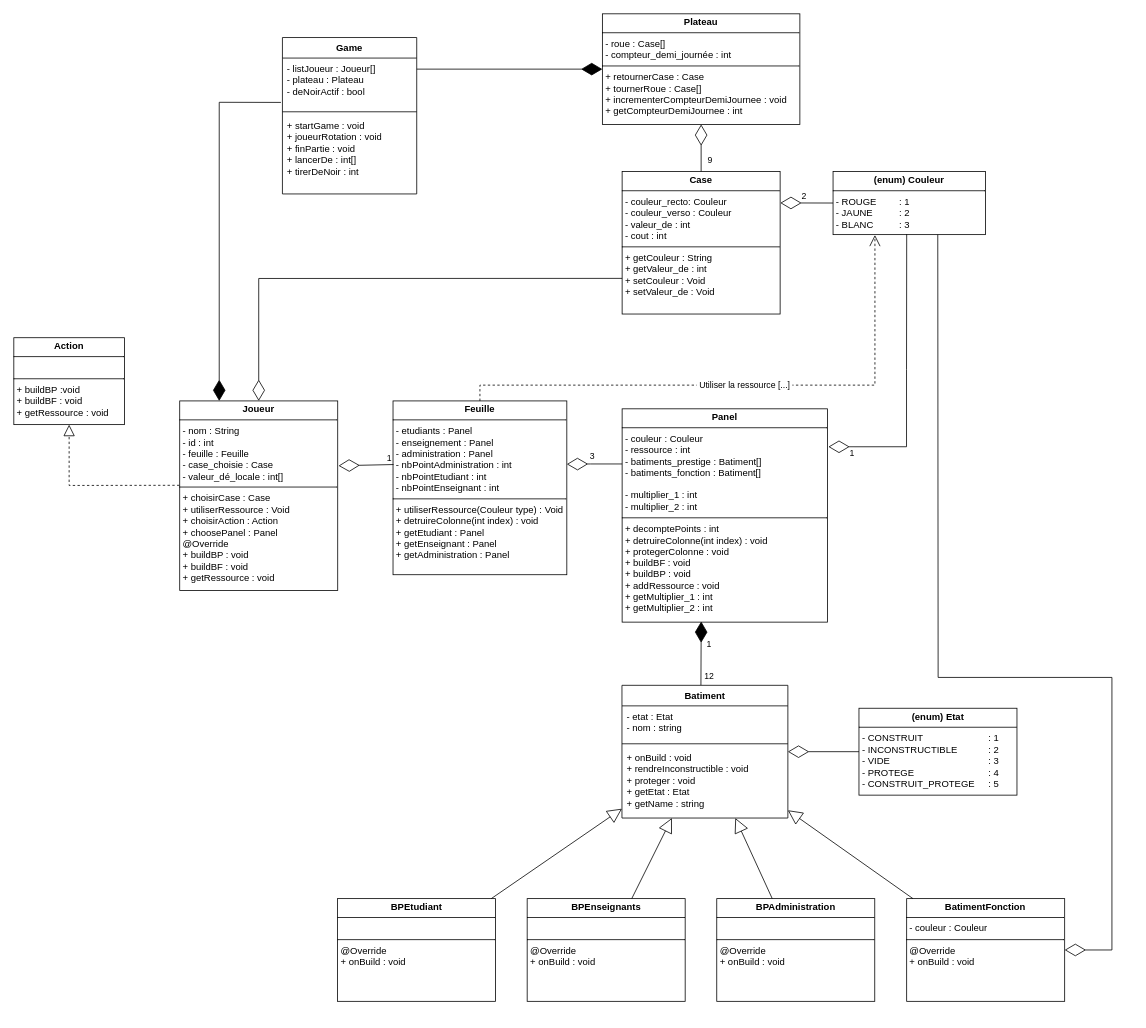
AntoineMilochevitch/Troyes-Dice keeps this draw.io diagram as diagrammeClassTroyes-Dice.drawio. Above is the earlier version. Source tidied: cells renumbered, new cells numbered last; positions are measured from the earlier drawing's top-left corner, leaving out a move shared by most shapes. Both pictures are drawn from the tidied source at 79%, with x=0, y=0 at pixel (13, 13).
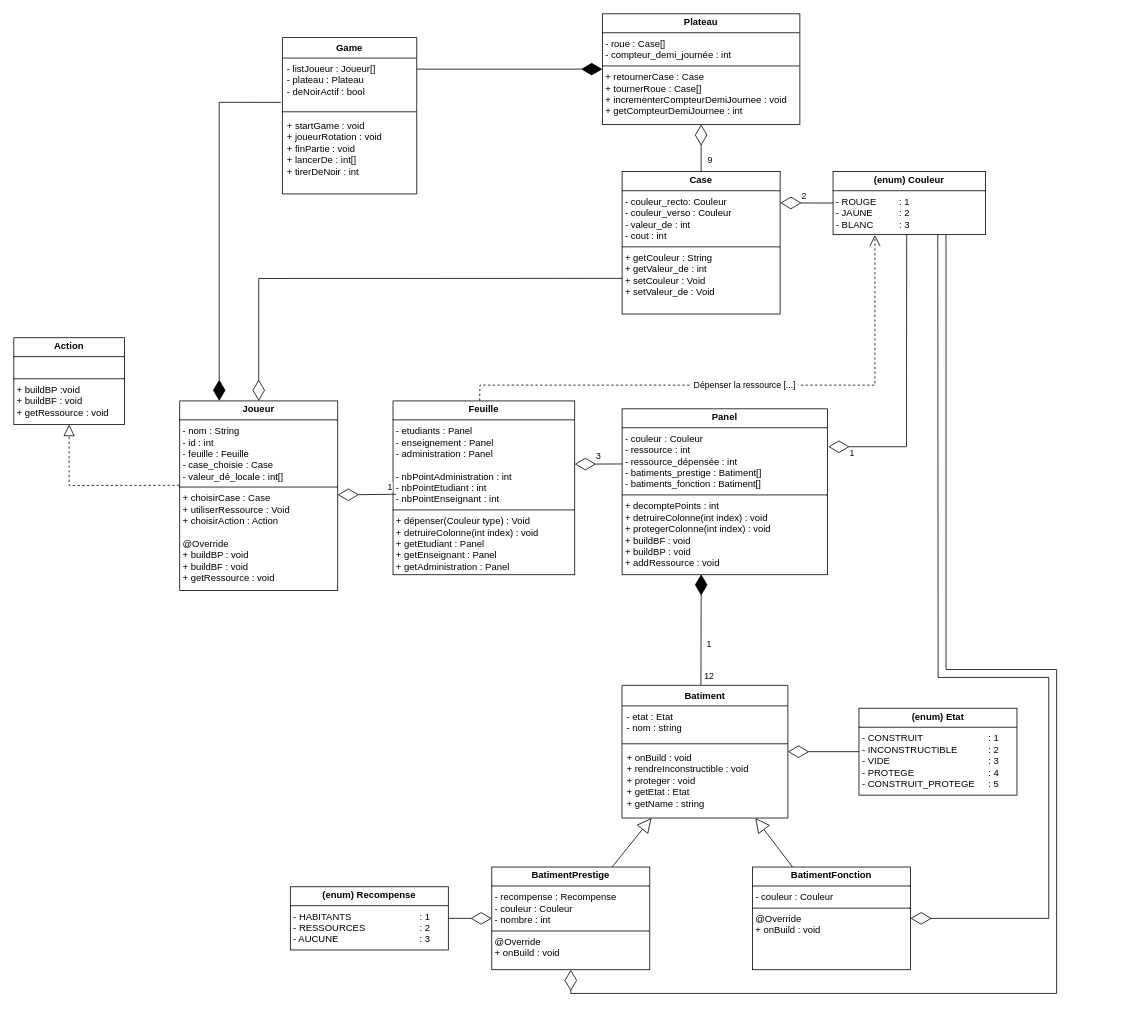
After the change.

Commit message:
Mettre à jour diagrammeClassTroyes-Dice.drawio

Unchanged cells that the change refers to:
```xml
<mxCell id="15" value="&lt;p style=&quot;margin:0px;margin-top:4px;text-align:center;&quot;&gt;&lt;b&gt;(enum) Couleur&lt;/b&gt;&lt;/p&gt;&lt;hr size=&quot;1&quot; style=&quot;border-style:solid;&quot;&gt;&lt;p style=&quot;margin:0px;margin-left:4px;&quot;&gt;- ROUGE&lt;span style=&quot;white-space: pre;&quot;&gt;&#9;&lt;span style=&quot;white-space: pre;&quot;&gt;&#9;&lt;/span&gt;: &lt;/span&gt;1&lt;/p&gt;&lt;p style=&quot;margin:0px;margin-left:4px;&quot;&gt;- JAUNE&lt;span style=&quot;white-space: pre;&quot;&gt;&#9;&lt;/span&gt;&amp;nbsp;&lt;span style=&quot;white-space: pre;&quot;&gt;&#9;&lt;/span&gt;: 2&lt;/p&gt;&lt;p style=&quot;margin:0px;margin-left:4px;&quot;&gt;- BLANC&lt;span style=&quot;white-space: pre;&quot;&gt;&#9;&lt;/span&gt;&lt;span style=&quot;white-space: pre;&quot;&gt;&#9;&lt;/span&gt;: 3&lt;/p&gt;" style="verticalAlign=top;align=left;overflow=fill;html=1;whiteSpace=wrap;" parent="1" vertex="1">
  <mxGeometry x="1037" y="199.5" width="193" height="80" as="geometry" />
</mxCell>
<mxCell id="36" value="Batiment" style="swimlane;fontStyle=1;align=center;verticalAlign=top;horizontal=1;startSize=26;whiteSpace=wrap;html=1;" parent="1" vertex="1">
  <mxGeometry x="769.8" y="850" width="210" height="168" as="geometry" />
</mxCell>
```

What changed in the source:
```diff
@@
-    <mxCell id="2" value="&lt;p style=&quot;margin:0px;margin-top:4px;text-align:center;&quot;&gt;&lt;b&gt;Joueur&lt;/b&gt;&lt;/p&gt;&lt;hr size=&quot;1&quot; style=&quot;border-style:solid;&quot;&gt;&lt;p style=&quot;margin:0px;margin-left:4px;&quot;&gt;- nom : String&lt;/p&gt;&lt;p style=&quot;margin:0px;margin-left:4px;&quot;&gt;- id : int&lt;/p&gt;&lt;p style=&quot;margin:0px;margin-left:4px;&quot;&gt;- feuille : Feuille&lt;/p&gt;&lt;p style=&quot;margin:0px;margin-left:4px;&quot;&gt;- case_choisie : Case&lt;/p&gt;&lt;p style=&quot;margin:0px;margin-left:4px;&quot;&gt;- valeur_dé_locale : int[]&lt;/p&gt;&lt;hr size=&quot;1&quot; style=&quot;border-style:solid;&quot;&gt;&lt;p style=&quot;margin:0px;margin-left:4px;&quot;&gt;+ choisirCase : Case&lt;/p&gt;&lt;p style=&quot;margin:0px;margin-left:4px;&quot;&gt;+ utiliserRessource : Void&lt;/p&gt;&lt;p style=&quot;margin:0px;margin-left:4px;&quot;&gt;+ choisirAction : Action&lt;/p&gt;&lt;p style=&quot;margin:0px;margin-left:4px;&quot;&gt;+ choosePanel : Panel&lt;/p&gt;&lt;p style=&quot;margin:0px;margin-left:4px;&quot;&gt;@Override&lt;/p&gt;&lt;p style=&quot;margin:0px;margin-left:4px;&quot;&gt;+ buildBP : void&lt;/p&gt;&lt;p style=&quot;margin:0px;margin-left:4px;&quot;&gt;+ buildBF : void&lt;/p&gt;&lt;p style=&quot;margin:0px;margin-left:4px;&quot;&gt;+ getRessource : void&lt;/p&gt;" style="verticalAlign=top;align=left;overflow=fill;html=1;whiteSpace=wrap;" parent="1" vertex="1">
+    <mxCell id="2" value="&lt;p style=&quot;margin:0px;margin-top:4px;text-align:center;&quot;&gt;&lt;b&gt;Joueur&lt;/b&gt;&lt;/p&gt;&lt;hr size=&quot;1&quot; style=&quot;border-style:solid;&quot;&gt;&lt;p style=&quot;margin:0px;margin-left:4px;&quot;&gt;- nom : String&lt;/p&gt;&lt;p style=&quot;margin:0px;margin-left:4px;&quot;&gt;- id : int&lt;/p&gt;&lt;p style=&quot;margin:0px;margin-left:4px;&quot;&gt;- feuille : Feuille&lt;/p&gt;&lt;p style=&quot;margin:0px;margin-left:4px;&quot;&gt;- case_choisie : Case&lt;/p&gt;&lt;p style=&quot;margin:0px;margin-left:4px;&quot;&gt;- valeur_dé_locale : int[]&lt;/p&gt;&lt;hr size=&quot;1&quot; style=&quot;border-style:solid;&quot;&gt;&lt;p style=&quot;margin:0px;margin-left:4px;&quot;&gt;+ choisirCase : Case&lt;/p&gt;&lt;p style=&quot;margin:0px;margin-left:4px;&quot;&gt;+ utiliserRessource : Void&lt;/p&gt;&lt;p style=&quot;margin:0px;margin-left:4px;&quot;&gt;+ choisirAction : Action&lt;/p&gt;&lt;p style=&quot;margin:0px;margin-left:4px;&quot;&gt;&lt;span style=&quot;background-color: initial;&quot;&gt;&lt;br&gt;&lt;/span&gt;&lt;/p&gt;&lt;p style=&quot;margin:0px;margin-left:4px;&quot;&gt;&lt;span style=&quot;background-color: initial;&quot;&gt;@Override&lt;/span&gt;&lt;/p&gt;&lt;p style=&quot;margin:0px;margin-left:4px;&quot;&gt;+ buildBP : void&lt;/p&gt;&lt;p style=&quot;margin:0px;margin-left:4px;&quot;&gt;+ buildBF : void&lt;/p&gt;&lt;p style=&quot;margin:0px;margin-left:4px;&quot;&gt;+ getRessource : void&lt;/p&gt;" style="verticalAlign=top;align=left;overflow=fill;html=1;whiteSpace=wrap;" parent="1" vertex="1">
       <mxGeometry x="210" y="490" width="200" height="240" as="geometry" />
     </mxCell>
@@
-    <mxCell id="4" value="&lt;p style=&quot;margin:0px;margin-top:4px;text-align:center;&quot;&gt;&lt;b&gt;Feuille&lt;/b&gt;&lt;/p&gt;&lt;hr size=&quot;1&quot; style=&quot;border-style:solid;&quot;&gt;&lt;p style=&quot;margin: 0px 0px 0px 4px;&quot;&gt;- etudiants : Panel&lt;/p&gt;&lt;p style=&quot;margin: 0px 0px 0px 4px;&quot;&gt;- enseignement : Panel&lt;/p&gt;&lt;p style=&quot;margin: 0px 0px 0px 4px;&quot;&gt;- administration : Panel&lt;/p&gt;&lt;p style=&quot;margin: 0px 0px 0px 4px;&quot;&gt;- nbPointAdministration : int&lt;/p&gt;&lt;p style=&quot;margin: 0px 0px 0px 4px;&quot;&gt;- nbPointEtudiant : int&lt;/p&gt;&lt;p style=&quot;margin: 0px 0px 0px 4px;&quot;&gt;- nbPointEnseignant : int&lt;/p&gt;&lt;hr size=&quot;1&quot; style=&quot;border-style:solid;&quot;&gt;&lt;p style=&quot;margin:0px;margin-left:4px;&quot;&gt;&lt;span style=&quot;background-color: initial;&quot;&gt;+ utiliserRessource(Couleur type) : Void&lt;/span&gt;&lt;/p&gt;&lt;p style=&quot;margin:0px;margin-left:4px;&quot;&gt;+ detruireColonne(int index) : void&lt;/p&gt;&lt;p style=&quot;margin:0px;margin-left:4px;&quot;&gt;+ getEtudiant : Panel&lt;/p&gt;&lt;p style=&quot;margin:0px;margin-left:4px;&quot;&gt;+ getEnseignant : Panel&lt;/p&gt;&lt;p style=&quot;margin:0px;margin-left:4px;&quot;&gt;+ getAdministration : Panel&lt;/p&gt;" style="verticalAlign=top;align=left;overflow=fill;html=1;whiteSpace=wrap;" parent="1" vertex="1">
-      <mxGeometry x="480" y="490" width="220" height="220" as="geometry" />
+    <mxCell id="4" value="&lt;p style=&quot;margin:0px;margin-top:4px;text-align:center;&quot;&gt;&lt;b&gt;Feuille&lt;/b&gt;&lt;/p&gt;&lt;hr size=&quot;1&quot; style=&quot;border-style:solid;&quot;&gt;&lt;p style=&quot;margin: 0px 0px 0px 4px;&quot;&gt;- etudiants : Panel&lt;/p&gt;&lt;p style=&quot;margin: 0px 0px 0px 4px;&quot;&gt;- enseignement : Panel&lt;/p&gt;&lt;p style=&quot;margin: 0px 0px 0px 4px;&quot;&gt;- administration : Panel&lt;/p&gt;&lt;p style=&quot;margin: 0px 0px 0px 4px;&quot;&gt;&lt;br&gt;&lt;/p&gt;&lt;p style=&quot;margin: 0px 0px 0px 4px;&quot;&gt;- nbPointAdministration : int&lt;/p&gt;&lt;p style=&quot;margin: 0px 0px 0px 4px;&quot;&gt;- nbPointEtudiant : int&lt;/p&gt;&lt;p style=&quot;margin: 0px 0px 0px 4px;&quot;&gt;- nbPointEnseignant : int&lt;/p&gt;&lt;hr size=&quot;1&quot; style=&quot;border-style:solid;&quot;&gt;&lt;p style=&quot;margin:0px;margin-left:4px;&quot;&gt;&lt;span style=&quot;background-color: initial;&quot;&gt;+ dépenser(Couleur type) : Void&lt;/span&gt;&lt;/p&gt;&lt;p style=&quot;margin:0px;margin-left:4px;&quot;&gt;+ detruireColonne(int index) : void&lt;/p&gt;&lt;p style=&quot;margin:0px;margin-left:4px;&quot;&gt;+ getEtudiant : Panel&lt;/p&gt;&lt;p style=&quot;margin:0px;margin-left:4px;&quot;&gt;+ getEnseignant : Panel&lt;/p&gt;&lt;p style=&quot;margin:0px;margin-left:4px;&quot;&gt;+ getAdministration : Panel&lt;/p&gt;" style="verticalAlign=top;align=left;overflow=fill;html=1;whiteSpace=wrap;" parent="1" vertex="1">
+      <mxGeometry x="480" y="490" width="230" height="220" as="geometry" />
     </mxCell>
-    <mxCell id="5" style="endArrow=diamondThin;endFill=0;endSize=24;html=1;rounded=0;exitX=0.003;exitY=0.366;exitDx=0;exitDy=0;entryX=1.005;entryY=0.342;entryDx=0;entryDy=0;entryPerimeter=0;exitPerimeter=0;" parent="1" edge="1" source="4" target="2">
+    <mxCell id="5" style="endArrow=diamondThin;endFill=0;endSize=24;html=1;rounded=0;exitX=0.016;exitY=0.537;exitDx=0;exitDy=0;exitPerimeter=0;" parent="1" edge="1" source="4" target="2">
       <mxGeometry relative="1" as="geometry" />
     </mxCell>
@@
-    <mxCell id="11" value="&lt;p style=&quot;margin:0px;margin-top:4px;text-align:center;&quot;&gt;&lt;b&gt;Panel&lt;/b&gt;&lt;/p&gt;&lt;hr size=&quot;1&quot; style=&quot;border-style:solid;&quot;&gt;&lt;p style=&quot;margin: 0px 0px 0px 4px;&quot;&gt;- couleur : Couleur&lt;/p&gt;&lt;p style=&quot;margin: 0px 0px 0px 4px;&quot;&gt;- ressource : int&lt;/p&gt;&lt;p style=&quot;margin: 0px 0px 0px 4px;&quot;&gt;- batiments_prestige : Batiment[]&lt;/p&gt;&lt;p style=&quot;margin: 0px 0px 0px 4px;&quot;&gt;- batiments_fonction : Batiment[]&lt;/p&gt;&lt;p style=&quot;margin: 0px 0px 0px 4px;&quot;&gt;&lt;br&gt;&lt;/p&gt;&lt;p style=&quot;margin: 0px 0px 0px 4px;&quot;&gt;- multiplier_1 : int&lt;/p&gt;&lt;p style=&quot;margin: 0px 0px 0px 4px;&quot;&gt;- multiplier_2 : int&lt;/p&gt;&lt;hr size=&quot;1&quot; style=&quot;border-style:solid;&quot;&gt;&lt;p style=&quot;margin:0px;margin-left:4px;&quot;&gt;+ decomptePoints : int&lt;/p&gt;&lt;p style=&quot;margin:0px;margin-left:4px;&quot;&gt;+ detruireColonne(int index) : void&lt;/p&gt;&lt;p style=&quot;margin: 0px 0px 0px 4px;&quot;&gt;&lt;span style=&quot;background-color: initial;&quot;&gt;+ protegerColonne : void&lt;/span&gt;&lt;/p&gt;&lt;p style=&quot;margin: 0px 0px 0px 4px;&quot;&gt;&lt;span style=&quot;background-color: initial;&quot;&gt;+ buildBF : void&lt;/span&gt;&lt;/p&gt;&lt;p style=&quot;margin: 0px 0px 0px 4px;&quot;&gt;&lt;span style=&quot;background-color: initial;&quot;&gt;+ buildBP : void&lt;/span&gt;&lt;/p&gt;&lt;p style=&quot;margin: 0px 0px 0px 4px;&quot;&gt;&lt;span style=&quot;background-color: initial;&quot;&gt;+ addRessource : void&lt;/span&gt;&lt;/p&gt;&lt;p style=&quot;margin: 0px 0px 0px 4px;&quot;&gt;+ getMultiplier_1 : int&lt;/p&gt;&lt;p style=&quot;margin: 0px 0px 0px 4px;&quot;&gt;+ getMultiplier_2 : int&lt;/p&gt;" style="verticalAlign=top;align=left;overflow=fill;html=1;whiteSpace=wrap;" parent="1" vertex="1">
-      <mxGeometry x="770" y="500" width="260" height="270" as="geometry" />
+    <mxCell id="11" value="&lt;p style=&quot;margin:0px;margin-top:4px;text-align:center;&quot;&gt;&lt;b&gt;Panel&lt;/b&gt;&lt;/p&gt;&lt;hr size=&quot;1&quot; style=&quot;border-style:solid;&quot;&gt;&lt;p style=&quot;margin: 0px 0px 0px 4px;&quot;&gt;- couleur : Couleur&lt;/p&gt;&lt;p style=&quot;margin: 0px 0px 0px 4px;&quot;&gt;- ressource : int&lt;/p&gt;&lt;p style=&quot;margin: 0px 0px 0px 4px;&quot;&gt;- ressource_dépensée : int&lt;/p&gt;&lt;p style=&quot;margin: 0px 0px 0px 4px;&quot;&gt;- batiments_prestige : Batiment[]&lt;/p&gt;&lt;p style=&quot;margin: 0px 0px 0px 4px;&quot;&gt;- batiments_fonction : Batiment[]&lt;/p&gt;&lt;hr size=&quot;1&quot; style=&quot;border-style:solid;&quot;&gt;&lt;p style=&quot;margin:0px;margin-left:4px;&quot;&gt;+ decomptePoints : int&lt;/p&gt;&lt;p style=&quot;margin:0px;margin-left:4px;&quot;&gt;+ detruireColonne(int index) : void&lt;/p&gt;&lt;p style=&quot;margin: 0px 0px 0px 4px;&quot;&gt;&lt;span style=&quot;background-color: initial;&quot;&gt;+ protegerColonne(int index) : void&lt;/span&gt;&lt;/p&gt;&lt;p style=&quot;margin: 0px 0px 0px 4px;&quot;&gt;&lt;span style=&quot;background-color: initial;&quot;&gt;+ buildBF : void&lt;/span&gt;&lt;/p&gt;&lt;p style=&quot;margin: 0px 0px 0px 4px;&quot;&gt;&lt;span style=&quot;background-color: initial;&quot;&gt;+ buildBP : void&lt;/span&gt;&lt;/p&gt;&lt;p style=&quot;margin: 0px 0px 0px 4px;&quot;&gt;&lt;span style=&quot;background-color: initial;&quot;&gt;+ addRessource : void&lt;/span&gt;&lt;/p&gt;" style="verticalAlign=top;align=left;overflow=fill;html=1;whiteSpace=wrap;" parent="1" vertex="1">
+      <mxGeometry x="770" y="500" width="260" height="210" as="geometry" />
     </mxCell>
-    <mxCell id="12" style="endArrow=diamondThin;endFill=0;endSize=24;html=1;rounded=0;entryX=1;entryY=0.364;entryDx=0;entryDy=0;entryPerimeter=0;" parent="1" edge="1" target="4">
+    <mxCell id="12" style="endArrow=diamondThin;endFill=0;endSize=24;html=1;rounded=0;" parent="1" edge="1">
       <mxGeometry relative="1" as="geometry">
         <mxPoint x="770" y="569.8" as="sourcePoint" />
-        <Array as="points">
-          <mxPoint x="730" y="569.8" />
-        </Array>
+        <mxPoint x="710" y="570" as="targetPoint" />
       </mxGeometry>
     </mxCell>
     <mxCell id="13" value="3" style="edgeLabel;html=1;align=center;verticalAlign=middle;" parent="12" vertex="1">
       <mxGeometry x="-0.73" y="-3" relative="1" as="geometry">
-        <mxPoint x="-30" y="-7" as="offset" />
+        <mxPoint x="-22" y="-7" as="offset" />
       </mxGeometry>
     </mxCell>
@@
-    <mxCell id="18" style="endArrow=diamondThin;endFill=0;endSize=24;html=1;rounded=0;entryX=1.004;entryY=0.178;entryDx=0;entryDy=0;entryPerimeter=0;exitX=0.483;exitY=0.992;exitDx=0;exitDy=0;exitPerimeter=0;" parent="1" edge="1" source="15" target="11">
+    <mxCell id="18" style="endArrow=diamondThin;endFill=0;endSize=24;html=1;rounded=0;exitX=0.483;exitY=0.992;exitDx=0;exitDy=0;exitPerimeter=0;" parent="1" edge="1" source="15">
       <mxGeometry relative="1" as="geometry">
+        <mxPoint x="1031" y="548" as="targetPoint" />
         <Array as="points">
           <mxPoint x="1130" y="450" />
           <mxPoint x="1130" y="548" />
         </Array>
       </mxGeometry>
     </mxCell>
@@
-    <mxCell id="20" value="&lt;p style=&quot;margin:0px;margin-top:4px;text-align:center;&quot;&gt;&lt;b&gt;BPAdministration&lt;/b&gt;&lt;/p&gt;&lt;hr size=&quot;1&quot; style=&quot;border-style:solid;&quot;&gt;&lt;p style=&quot;margin: 0px 0px 0px 4px;&quot;&gt;&lt;br&gt;&lt;/p&gt;&lt;hr size=&quot;1&quot; style=&quot;border-style:solid;&quot;&gt;&lt;p style=&quot;margin: 0px 0px 0px 4px;&quot;&gt;&lt;span style=&quot;background-color: initial;&quot;&gt;@Override&lt;/span&gt;&lt;/p&gt;&lt;p style=&quot;margin: 0px 0px 0px 4px;&quot;&gt;+ onBuild : void&lt;/p&gt;" style="verticalAlign=top;align=left;overflow=fill;html=1;whiteSpace=wrap;" parent="1" vertex="1">
-      <mxGeometry x="889.8" y="1120" width="200" height="130" as="geometry" />
+    <mxCell id="20" value="&lt;p style=&quot;margin:0px;margin-top:4px;text-align:center;&quot;&gt;&lt;b&gt;BatimentPrestige&lt;/b&gt;&lt;/p&gt;&lt;hr size=&quot;1&quot; style=&quot;border-style:solid;&quot;&gt;&lt;p style=&quot;margin: 0px 0px 0px 4px;&quot;&gt;- recompense : Recompense&lt;/p&gt;&lt;p style=&quot;margin: 0px 0px 0px 4px;&quot;&gt;- couleur : Couleur&lt;/p&gt;&lt;p style=&quot;margin: 0px 0px 0px 4px;&quot;&gt;- nombre : int&lt;/p&gt;&lt;hr size=&quot;1&quot; style=&quot;border-style:solid;&quot;&gt;&lt;p style=&quot;margin: 0px 0px 0px 4px;&quot;&gt;&lt;span style=&quot;background-color: initial;&quot;&gt;@Override&lt;/span&gt;&lt;/p&gt;&lt;p style=&quot;margin: 0px 0px 0px 4px;&quot;&gt;+ onBuild : void&lt;/p&gt;" style="verticalAlign=top;align=left;overflow=fill;html=1;whiteSpace=wrap;" parent="1" vertex="1">
+      <mxGeometry x="605" y="1080" width="200" height="130" as="geometry" />
     </mxCell>
-    <mxCell id="21" value="&lt;p style=&quot;margin:0px;margin-top:4px;text-align:center;&quot;&gt;&lt;b&gt;BPEnseignants&lt;/b&gt;&lt;/p&gt;&lt;hr size=&quot;1&quot; style=&quot;border-style:solid;&quot;&gt;&lt;p style=&quot;margin: 0px 0px 0px 4px;&quot;&gt;&lt;br&gt;&lt;/p&gt;&lt;hr size=&quot;1&quot; style=&quot;border-style:solid;&quot;&gt;&lt;p style=&quot;margin: 0px 0px 0px 4px;&quot;&gt;&lt;span style=&quot;background-color: initial;&quot;&gt;@Override&lt;/span&gt;&lt;/p&gt;&lt;p style=&quot;margin: 0px 0px 0px 4px;&quot;&gt;+ onBuild : void&lt;/p&gt;" style="verticalAlign=top;align=left;overflow=fill;html=1;whiteSpace=wrap;" parent="1" vertex="1">
-      <mxGeometry x="649.8" y="1120" width="200" height="130" as="geometry" />
-    </mxCell>
-    <mxCell id="22" value="&lt;p style=&quot;margin:0px;margin-top:4px;text-align:center;&quot;&gt;&lt;b&gt;BPEtudiant&lt;/b&gt;&lt;/p&gt;&lt;hr size=&quot;1&quot; style=&quot;border-style:solid;&quot;&gt;&lt;p style=&quot;margin: 0px 0px 0px 4px;&quot;&gt;&lt;br&gt;&lt;/p&gt;&lt;hr size=&quot;1&quot; style=&quot;border-style:solid;&quot;&gt;&lt;p style=&quot;margin:0px;margin-left:4px;&quot;&gt;&lt;span style=&quot;background-color: initial;&quot;&gt;@Override&lt;/span&gt;&lt;/p&gt;&lt;p style=&quot;margin:0px;margin-left:4px;&quot;&gt;+ onBuild : void&lt;/p&gt;" style="verticalAlign=top;align=left;overflow=fill;html=1;whiteSpace=wrap;" parent="1" vertex="1">
-      <mxGeometry x="409.8" y="1120" width="200" height="130" as="geometry" />
-    </mxCell>
@@
-    <mxCell id="24" value="&amp;nbsp;Utiliser la ressource [...]&amp;nbsp;" style="endArrow=open;endSize=12;dashed=1;html=1;rounded=0;exitX=0.5;exitY=0;exitDx=0;exitDy=0;" parent="1" edge="1" source="4">
+    <mxCell id="24" value="&amp;nbsp;Dépenser la ressource [...]&amp;nbsp;" style="endArrow=open;endSize=12;dashed=1;html=1;rounded=0;exitX=0.477;exitY=-0.001;exitDx=0;exitDy=0;exitPerimeter=0;" parent="1" edge="1" source="4">
       <mxGeometry relative="1" as="geometry">
         <mxPoint x="1090" y="280" as="targetPoint" />
         <Array as="points">
           <mxPoint x="590" y="470" />
           <mxPoint x="1090" y="470" />
         </Array>
       </mxGeometry>
     </mxCell>
@@
     <mxCell id="33" value="&lt;p style=&quot;margin:0px;margin-top:4px;text-align:center;&quot;&gt;&lt;b&gt;BatimentFonction&lt;/b&gt;&lt;/p&gt;&lt;hr size=&quot;1&quot; style=&quot;border-style:solid;&quot;&gt;&lt;p style=&quot;margin: 0px 0px 0px 4px;&quot;&gt;&lt;span style=&quot;background-color: initial;&quot;&gt;- couleur : Couleur&lt;/span&gt;&lt;/p&gt;&lt;hr size=&quot;1&quot; style=&quot;border-style:solid;&quot;&gt;&lt;p style=&quot;margin:0px;margin-left:4px;&quot;&gt;&lt;span style=&quot;background-color: initial;&quot;&gt;@Override&lt;/span&gt;&lt;/p&gt;&lt;p style=&quot;margin: 0px 0px 0px 4px;&quot;&gt;+ onBuild : void&lt;/p&gt;&lt;p style=&quot;margin: 0px 0px 0px 4px;&quot;&gt;&lt;br&gt;&lt;/p&gt;&lt;p style=&quot;margin: 0px 0px 0px 4px;&quot;&gt;&lt;br&gt;&lt;/p&gt;&lt;p style=&quot;margin:0px;margin-left:4px;&quot;&gt;&lt;br&gt;&lt;/p&gt;" style="verticalAlign=top;align=left;overflow=fill;html=1;whiteSpace=wrap;" parent="1" vertex="1">
-      <mxGeometry x="1130.2" y="1120" width="200" height="130" as="geometry" />
+      <mxGeometry x="935" y="1080" width="200" height="130" as="geometry" />
     </mxCell>
@@
-    <mxCell id="40" style="endArrow=block;endSize=16;endFill=0;html=1;rounded=0;" parent="1" edge="1" source="22" target="36">
-      <mxGeometry relative="1" as="geometry" />
-    </mxCell>
-    <mxCell id="41" style="endArrow=block;endSize=16;endFill=0;html=1;rounded=0;" parent="1" edge="1" source="21" target="36">
-      <mxGeometry relative="1" as="geometry" />
-    </mxCell>
@@
     <mxCell id="45" style="endArrow=diamondThin;endFill=0;endSize=24;html=1;rounded=0;" parent="1" edge="1" source="15" target="33">
       <mxGeometry relative="1" as="geometry">
         <Array as="points">
           <mxPoint x="1170" y="280" />
           <mxPoint x="1170" y="840" />
-          <mxPoint x="1390" y="840" />
-          <mxPoint x="1390" y="1185" />
+          <mxPoint x="1310" y="840" />
+          <mxPoint x="1310" y="1145" />
         </Array>
       </mxGeometry>
     </mxCell>
+    <mxCell id="46" value="&lt;p style=&quot;margin:0px;margin-top:4px;text-align:center;&quot;&gt;&lt;b&gt;(enum) Recompense&lt;/b&gt;&lt;/p&gt;&lt;hr size=&quot;1&quot; style=&quot;border-style:solid;&quot;&gt;&lt;p style=&quot;margin:0px;margin-left:4px;&quot;&gt;- HABITANTS&lt;span style=&quot;white-space: pre;&quot;&gt;&lt;span style=&quot;white-space: pre;&quot;&gt;&#9;&lt;/span&gt;                        : &lt;/span&gt;1&lt;/p&gt;&lt;p style=&quot;margin:0px;margin-left:4px;&quot;&gt;- RESSOURCES&lt;span style=&quot;white-space: pre;&quot;&gt;&#9;&lt;/span&gt;&lt;span style=&quot;white-space: pre;&quot;&gt;&#9;&lt;/span&gt;&amp;nbsp;&lt;span style=&quot;white-space: pre;&quot;&gt;&#9;&lt;/span&gt;: 2&lt;/p&gt;&lt;p style=&quot;margin:0px;margin-left:4px;&quot;&gt;- AUCUNE&lt;span style=&quot;white-space: pre;&quot;&gt;&#9;&lt;/span&gt;&lt;span style=&quot;white-space: pre;&quot;&gt;&#9;&lt;/span&gt;&lt;span style=&quot;white-space: pre;&quot;&gt;&#9;&lt;/span&gt;&lt;span style=&quot;white-space: pre;&quot;&gt;&#9;&lt;/span&gt;: 3&lt;/p&gt;" style="verticalAlign=top;align=left;overflow=fill;html=1;whiteSpace=wrap;" parent="1" vertex="1">
+      <mxGeometry x="350" y="1105" width="200" height="80" as="geometry" />
+    </mxCell>
+    <mxCell id="47" style="endArrow=diamondThin;endFill=0;endSize=24;html=1;rounded=0;entryX=0.5;entryY=1;entryDx=0;entryDy=0;" parent="1" edge="1" target="20">
+      <mxGeometry relative="1" as="geometry">
+        <mxPoint x="1180" y="280" as="sourcePoint" />
+        <Array as="points">
+          <mxPoint x="1180" y="290" />
+          <mxPoint x="1180" y="830" />
+          <mxPoint x="1320" y="830" />
+          <mxPoint x="1320" y="1240" />
+          <mxPoint x="705" y="1240" />
+        </Array>
+      </mxGeometry>
+    </mxCell>
+    <mxCell id="48" style="endArrow=diamondThin;endFill=0;endSize=24;html=1;rounded=0;" parent="1" edge="1" source="46" target="20">
+      <mxGeometry relative="1" as="geometry" />
+    </mxCell>
```
